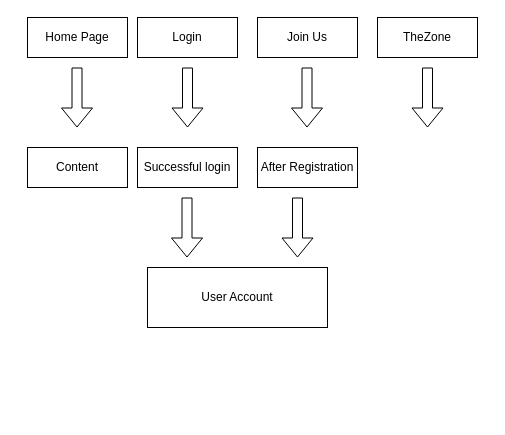
This is Untitled Diagram.drawio from romanerobb/sharezone_ui, a draw.io file, before an edit. Source tidied: cells renumbered, new cells numbered last; positions are measured from the earlier drawing's top-left corner, leaving out a move shared by most shapes. Both pictures are drawn from the tidied source at 100%, with x=0, y=0 at pixel (27, 17).
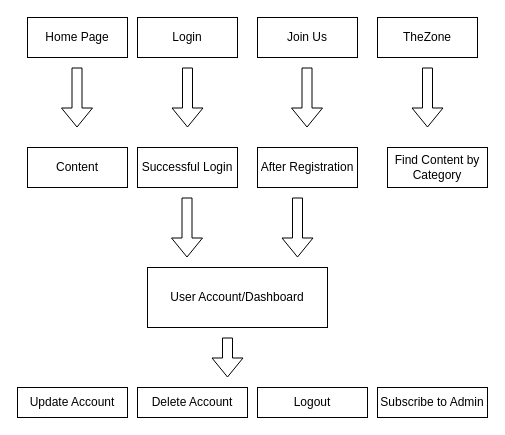
Above is the later version.

The edit, as a diff of the source:
```diff
@@
-    <mxCell id="11" value="Successful login" style="rounded=0;whiteSpace=wrap;html=1;" parent="1" vertex="1">
+    <mxCell id="11" value="Successful Login" style="rounded=0;whiteSpace=wrap;html=1;" parent="1" vertex="1">
       <mxGeometry x="110" y="130" width="100" height="40" as="geometry" />
     </mxCell>
@@
-    <mxCell id="15" value="User Account" style="rounded=0;whiteSpace=wrap;html=1;" parent="1" vertex="1">
+    <mxCell id="15" value="User Account/Dashboard" style="rounded=0;whiteSpace=wrap;html=1;" parent="1" vertex="1">
       <mxGeometry x="120" y="250" width="180" height="60" as="geometry" />
     </mxCell>
+    <mxCell id="16" value="Update Account" style="rounded=0;whiteSpace=wrap;html=1;" parent="1" vertex="1">
+      <mxGeometry x="-10" y="370" width="110" height="30" as="geometry" />
+    </mxCell>
+    <mxCell id="17" value="Delete Account" style="rounded=0;whiteSpace=wrap;html=1;" parent="1" vertex="1">
+      <mxGeometry x="110" y="370" width="110" height="30" as="geometry" />
+    </mxCell>
+    <mxCell id="18" style="shape=flexArrow;endArrow=classic;html=1;rounded=0;" parent="1" edge="1">
+      <mxGeometry relative="1" as="geometry">
+        <mxPoint x="200" y="320" as="sourcePoint" />
+        <mxPoint x="200" y="360" as="targetPoint" />
+      </mxGeometry>
+    </mxCell>
+    <mxCell id="19" value="Logout" style="rounded=0;whiteSpace=wrap;html=1;" parent="1" vertex="1">
+      <mxGeometry x="230" y="370" width="110" height="30" as="geometry" />
+    </mxCell>
+    <mxCell id="20" value="Find Content by Category" style="rounded=0;whiteSpace=wrap;html=1;" parent="1" vertex="1">
+      <mxGeometry x="360" y="130" width="100" height="40" as="geometry" />
+    </mxCell>
+    <mxCell id="21" value="Subscribe to Admin" style="rounded=0;whiteSpace=wrap;html=1;" parent="1" vertex="1">
+      <mxGeometry x="350" y="370" width="110" height="30" as="geometry" />
+    </mxCell>
```
